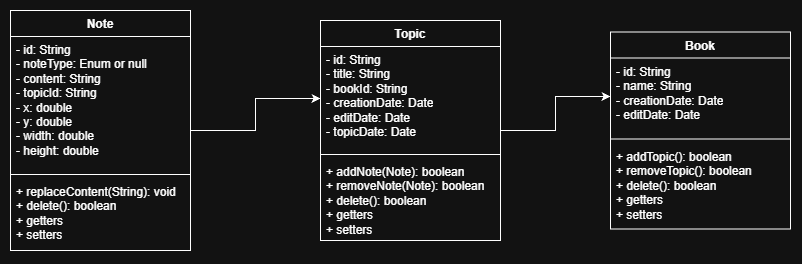
Before: diagrams/DiagramaDeClases-Memento.drawio.png, a diagram exported from draw.io (alexanderclaer/Memento). Source tidied: cells renumbered, new cells last; positions are measured from the earlier drawing's top-left corner, leaving out a move shared by most shapes. Source of this version:
```xml
<mxGraphModel>
  <root>
    <mxCell id="0" />
    <mxCell id="1" parent="0" />
    <mxCell id="2" style="edgeStyle=orthogonalEdgeStyle;rounded=0;jettySize=auto;html=1;defaultLabelBackgroundColor=page;labelPadding=0 4;" parent="1" edge="1" source="3" target="9">
      <mxGeometry relative="1" as="geometry" />
    </mxCell>
    <mxCell id="3" value="Note" style="swimlane;fontStyle=1;align=center;verticalAlign=top;horizontal=1;startSize=26;whiteSpace=wrap;html=1;" parent="1" vertex="1">
      <mxGeometry width="180" height="240" as="geometry" />
    </mxCell>
    <mxCell id="4" value="- id: String&lt;div&gt;- noteType: Enum or null&lt;div&gt;- content: String&lt;/div&gt;&lt;div&gt;- topicId: String&lt;/div&gt;&lt;div&gt;- x: double&lt;/div&gt;&lt;div&gt;- y: double&lt;/div&gt;&lt;div&gt;- width: double&lt;/div&gt;&lt;div&gt;- height: double&lt;/div&gt;&lt;/div&gt;" style="text;strokeColor=none;fillColor=none;align=left;verticalAlign=top;spacingLeft=4;spacingRight=4;overflow=hidden;points=[[0,0.5],[1,0.5]];portConstraint=eastwest;whiteSpace=wrap;html=1;" parent="3" vertex="1">
      <mxGeometry y="26" width="180" height="134" as="geometry" />
    </mxCell>
    <mxCell id="5" style="line;strokeWidth=1;fillColor=none;align=left;verticalAlign=middle;spacingTop=-1;spacingLeft=3;spacingRight=3;labelPosition=right;strokeColor=inherit;labelPerimeter=1;" parent="3" vertex="1">
      <mxGeometry y="160" width="180" height="8" as="geometry" />
    </mxCell>
    <mxCell id="6" value="+ replaceContent(String): void&lt;div&gt;+ delete(): boolean&lt;/div&gt;&lt;div&gt;+ getters&lt;/div&gt;&lt;div&gt;+ setters&lt;/div&gt;" style="text;strokeColor=none;fillColor=none;align=left;verticalAlign=top;spacingLeft=4;spacingRight=4;overflow=hidden;whiteSpace=wrap;html=1;" parent="3" vertex="1">
      <mxGeometry y="168" width="180" height="72" as="geometry" />
    </mxCell>
    <mxCell id="7" style="edgeStyle=orthogonalEdgeStyle;rounded=0;jettySize=auto;html=1;entryX=0;entryY=0.5;entryDx=0;entryDy=0;defaultLabelBackgroundColor=page;labelPadding=0 4;" parent="1" edge="1" source="8" target="13">
      <mxGeometry relative="1" as="geometry" />
    </mxCell>
    <mxCell id="8" value="Topic" style="swimlane;fontStyle=1;align=center;verticalAlign=top;horizontal=1;startSize=26;whiteSpace=wrap;html=1;" parent="1" vertex="1">
      <mxGeometry x="310" y="10" width="180" height="220" as="geometry" />
    </mxCell>
    <mxCell id="9" value="&lt;div&gt;- id: String&lt;/div&gt;- title: String&lt;div&gt;- bookId: String&lt;br&gt;&lt;div&gt;- creationDate: Date&lt;/div&gt;&lt;div&gt;- editDate: Date&lt;/div&gt;&lt;div&gt;- topicDate: Date&lt;/div&gt;&lt;div&gt;&lt;br&gt;&lt;/div&gt;&lt;/div&gt;" style="text;strokeColor=none;fillColor=none;align=left;verticalAlign=top;spacingLeft=4;spacingRight=4;overflow=hidden;points=[[0,0.5],[1,0.5]];portConstraint=eastwest;whiteSpace=wrap;html=1;" parent="8" vertex="1">
      <mxGeometry y="26" width="180" height="104" as="geometry" />
    </mxCell>
    <mxCell id="10" style="line;strokeWidth=1;fillColor=none;align=left;verticalAlign=middle;spacingTop=-1;spacingLeft=3;spacingRight=3;labelPosition=right;strokeColor=inherit;labelPerimeter=1;" parent="8" vertex="1">
      <mxGeometry y="130" width="180" height="8" as="geometry" />
    </mxCell>
    <mxCell id="11" value="+ addNote(Note): boolean&lt;div&gt;+ removeNote(Note): boolean&lt;/div&gt;&lt;div&gt;+ delete(): boolean&lt;/div&gt;&lt;div&gt;+ getters&lt;/div&gt;&lt;div&gt;+ setters&lt;/div&gt;" style="text;strokeColor=none;fillColor=none;align=left;verticalAlign=top;spacingLeft=4;spacingRight=4;overflow=hidden;whiteSpace=wrap;html=1;" parent="8" vertex="1">
      <mxGeometry y="138" width="180" height="82" as="geometry" />
    </mxCell>
    <mxCell id="12" value="Book" style="swimlane;fontStyle=1;align=center;verticalAlign=top;horizontal=1;startSize=26;whiteSpace=wrap;html=1;" parent="1" vertex="1">
      <mxGeometry x="600" y="21.5" width="180" height="197" as="geometry" />
    </mxCell>
    <mxCell id="13" value="&lt;div&gt;- id: String&lt;/div&gt;- name: String&lt;div&gt;- creationDate: Date&lt;/div&gt;&lt;div&gt;- editDate: Date&lt;/div&gt;&lt;div&gt;&lt;br&gt;&lt;/div&gt;" style="text;strokeColor=none;fillColor=none;align=left;verticalAlign=top;spacingLeft=4;spacingRight=4;overflow=hidden;points=[[0,0.5],[1,0.5]];portConstraint=eastwest;whiteSpace=wrap;html=1;" parent="12" vertex="1">
      <mxGeometry y="26" width="180" height="77" as="geometry" />
    </mxCell>
    <mxCell id="14" style="line;strokeWidth=1;fillColor=none;align=left;verticalAlign=middle;spacingTop=-1;spacingLeft=3;spacingRight=3;labelPosition=right;strokeColor=inherit;labelPerimeter=1;" parent="12" vertex="1">
      <mxGeometry y="103" width="180" height="8" as="geometry" />
    </mxCell>
    <mxCell id="15" value="+ addTopic(): boolean&lt;div&gt;+ removeTopic(): boolean&lt;/div&gt;&lt;div&gt;+ delete(): boolean&lt;/div&gt;&lt;div&gt;+ getters&lt;/div&gt;&lt;div&gt;+ setters&lt;/div&gt;" style="text;strokeColor=none;fillColor=none;align=left;verticalAlign=top;spacingLeft=4;spacingRight=4;overflow=hidden;whiteSpace=wrap;html=1;" parent="12" vertex="1">
      <mxGeometry y="111" width="180" height="86" as="geometry" />
    </mxCell>
  </root>
</mxGraphModel>
```
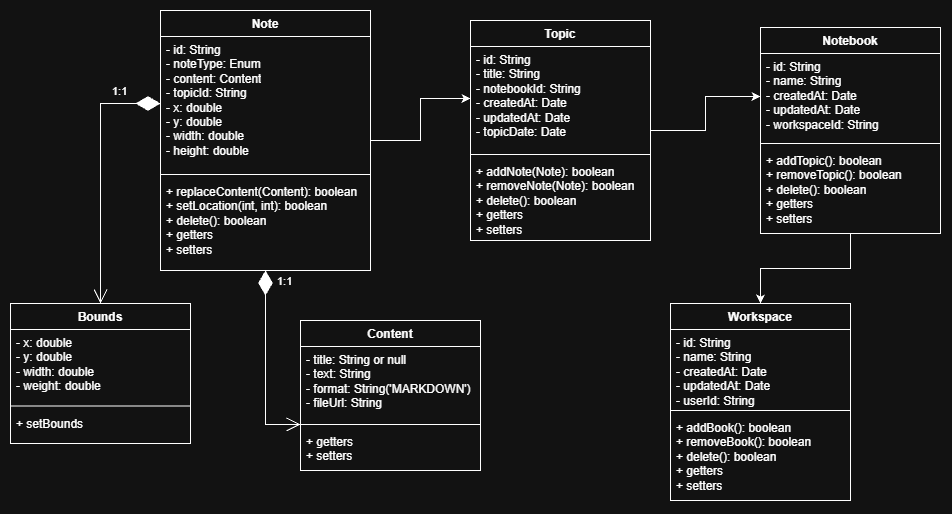
The same diagram one commit later.

Commit message:
Agrega clases principales en la capa modelo

The edit, as a diff of the source:
```diff
@@ -6,16 +6,16 @@
       <mxGeometry relative="1" as="geometry" />
     </mxCell>
     <mxCell id="3" value="Note" style="swimlane;fontStyle=1;align=center;verticalAlign=top;horizontal=1;startSize=26;whiteSpace=wrap;html=1;" parent="1" vertex="1">
-      <mxGeometry width="180" height="240" as="geometry" />
+      <mxGeometry width="210" height="260" as="geometry" />
     </mxCell>
-    <mxCell id="4" value="- id: String&lt;div&gt;- noteType: Enum or null&lt;div&gt;- content: String&lt;/div&gt;&lt;div&gt;- topicId: String&lt;/div&gt;&lt;div&gt;- x: double&lt;/div&gt;&lt;div&gt;- y: double&lt;/div&gt;&lt;div&gt;- width: double&lt;/div&gt;&lt;div&gt;- height: double&lt;/div&gt;&lt;/div&gt;" style="text;strokeColor=none;fillColor=none;align=left;verticalAlign=top;spacingLeft=4;spacingRight=4;overflow=hidden;points=[[0,0.5],[1,0.5]];portConstraint=eastwest;whiteSpace=wrap;html=1;" parent="3" vertex="1">
-      <mxGeometry y="26" width="180" height="134" as="geometry" />
+    <mxCell id="4" value="- id: String&lt;div&gt;- noteType: Enum&lt;div&gt;- content: Content&lt;/div&gt;&lt;div&gt;- topicId: String&lt;/div&gt;&lt;div&gt;- x: double&lt;/div&gt;&lt;div&gt;- y: double&lt;/div&gt;&lt;div&gt;- width: double&lt;/div&gt;&lt;div&gt;- height: double&lt;/div&gt;&lt;/div&gt;" style="text;strokeColor=none;fillColor=none;align=left;verticalAlign=top;spacingLeft=4;spacingRight=4;overflow=hidden;points=[[0,0.5],[1,0.5]];portConstraint=eastwest;whiteSpace=wrap;html=1;" parent="3" vertex="1">
+      <mxGeometry y="26" width="210" height="134" as="geometry" />
     </mxCell>
     <mxCell id="5" style="line;strokeWidth=1;fillColor=none;align=left;verticalAlign=middle;spacingTop=-1;spacingLeft=3;spacingRight=3;labelPosition=right;strokeColor=inherit;labelPerimeter=1;" parent="3" vertex="1">
-      <mxGeometry y="160" width="180" height="8" as="geometry" />
+      <mxGeometry y="160" width="210" height="8" as="geometry" />
     </mxCell>
-    <mxCell id="6" value="+ replaceContent(String): void&lt;div&gt;+ delete(): boolean&lt;/div&gt;&lt;div&gt;+ getters&lt;/div&gt;&lt;div&gt;+ setters&lt;/div&gt;" style="text;strokeColor=none;fillColor=none;align=left;verticalAlign=top;spacingLeft=4;spacingRight=4;overflow=hidden;whiteSpace=wrap;html=1;" parent="3" vertex="1">
-      <mxGeometry y="168" width="180" height="72" as="geometry" />
+    <mxCell id="6" value="+ replaceContent(Content): boolean&lt;div&gt;+ setLocation(int, int): boolean&lt;br&gt;&lt;div&gt;+ delete(): boolean&lt;/div&gt;&lt;div&gt;+ getters&lt;/div&gt;&lt;div&gt;+ setters&lt;/div&gt;&lt;/div&gt;" style="text;strokeColor=none;fillColor=none;align=left;verticalAlign=top;spacingLeft=4;spacingRight=4;overflow=hidden;whiteSpace=wrap;html=1;" parent="3" vertex="1">
+      <mxGeometry y="168" width="210" height="92" as="geometry" />
     </mxCell>
     <mxCell id="7" style="edgeStyle=orthogonalEdgeStyle;rounded=0;jettySize=auto;html=1;entryX=0;entryY=0.5;entryDx=0;entryDy=0;defaultLabelBackgroundColor=page;labelPadding=0 4;" parent="1" edge="1" source="8" target="13">
       <mxGeometry relative="1" as="geometry" />
@@ -23,7 +23,7 @@
     <mxCell id="8" value="Topic" style="swimlane;fontStyle=1;align=center;verticalAlign=top;horizontal=1;startSize=26;whiteSpace=wrap;html=1;" parent="1" vertex="1">
       <mxGeometry x="310" y="10" width="180" height="220" as="geometry" />
     </mxCell>
-    <mxCell id="9" value="&lt;div&gt;- id: String&lt;/div&gt;- title: String&lt;div&gt;- bookId: String&lt;br&gt;&lt;div&gt;- creationDate: Date&lt;/div&gt;&lt;div&gt;- editDate: Date&lt;/div&gt;&lt;div&gt;- topicDate: Date&lt;/div&gt;&lt;div&gt;&lt;br&gt;&lt;/div&gt;&lt;/div&gt;" style="text;strokeColor=none;fillColor=none;align=left;verticalAlign=top;spacingLeft=4;spacingRight=4;overflow=hidden;points=[[0,0.5],[1,0.5]];portConstraint=eastwest;whiteSpace=wrap;html=1;" parent="8" vertex="1">
+    <mxCell id="9" value="&lt;div&gt;- id: String&lt;/div&gt;- title: String&lt;div&gt;- notebookId: String&lt;br&gt;&lt;div&gt;- createdAt: Date&lt;/div&gt;&lt;div&gt;- updatedAt: Date&lt;/div&gt;&lt;div&gt;- topicDate: Date&lt;/div&gt;&lt;div&gt;&lt;br&gt;&lt;/div&gt;&lt;/div&gt;" style="text;strokeColor=none;fillColor=none;align=left;verticalAlign=top;spacingLeft=4;spacingRight=4;overflow=hidden;points=[[0,0.5],[1,0.5]];portConstraint=eastwest;whiteSpace=wrap;html=1;" parent="8" vertex="1">
       <mxGeometry y="26" width="180" height="104" as="geometry" />
     </mxCell>
     <mxCell id="10" style="line;strokeWidth=1;fillColor=none;align=left;verticalAlign=middle;spacingTop=-1;spacingLeft=3;spacingRight=3;labelPosition=right;strokeColor=inherit;labelPerimeter=1;" parent="8" vertex="1">
@@ -32,17 +32,62 @@
     <mxCell id="11" value="+ addNote(Note): boolean&lt;div&gt;+ removeNote(Note): boolean&lt;/div&gt;&lt;div&gt;+ delete(): boolean&lt;/div&gt;&lt;div&gt;+ getters&lt;/div&gt;&lt;div&gt;+ setters&lt;/div&gt;" style="text;strokeColor=none;fillColor=none;align=left;verticalAlign=top;spacingLeft=4;spacingRight=4;overflow=hidden;whiteSpace=wrap;html=1;" parent="8" vertex="1">
       <mxGeometry y="138" width="180" height="82" as="geometry" />
     </mxCell>
+    <mxCell id="16" style="edgeStyle=orthogonalEdgeStyle;rounded=0;jettySize=auto;html=1;entryX=0.5;entryY=0;entryDx=0;entryDy=0;defaultLabelBackgroundColor=page;labelPadding=0 4;" parent="1" edge="1" source="12" target="22">
+      <mxGeometry relative="1" as="geometry" />
+    </mxCell>
-    <mxCell id="12" value="Book" style="swimlane;fontStyle=1;align=center;verticalAlign=top;horizontal=1;startSize=26;whiteSpace=wrap;html=1;" parent="1" vertex="1">
-      <mxGeometry x="600" y="21.5" width="180" height="197" as="geometry" />
+    <mxCell id="12" value="Notebook" style="swimlane;fontStyle=1;align=center;verticalAlign=top;horizontal=1;startSize=26;whiteSpace=wrap;html=1;" parent="1" vertex="1">
+      <mxGeometry x="600" y="17" width="180" height="206" as="geometry" />
     </mxCell>
-    <mxCell id="13" value="&lt;div&gt;- id: String&lt;/div&gt;- name: String&lt;div&gt;- creationDate: Date&lt;/div&gt;&lt;div&gt;- editDate: Date&lt;/div&gt;&lt;div&gt;&lt;br&gt;&lt;/div&gt;" style="text;strokeColor=none;fillColor=none;align=left;verticalAlign=top;spacingLeft=4;spacingRight=4;overflow=hidden;points=[[0,0.5],[1,0.5]];portConstraint=eastwest;whiteSpace=wrap;html=1;" parent="12" vertex="1">
-      <mxGeometry y="26" width="180" height="77" as="geometry" />
+    <mxCell id="13" value="&lt;div&gt;- id: String&lt;/div&gt;- name: String&lt;div&gt;- createdAt: Date&lt;/div&gt;&lt;div&gt;- updatedAt: Date&lt;/div&gt;&lt;div&gt;- workspaceId: String&lt;/div&gt;&lt;div&gt;&lt;br&gt;&lt;/div&gt;" style="text;strokeColor=none;fillColor=none;align=left;verticalAlign=top;spacingLeft=4;spacingRight=4;overflow=hidden;points=[[0,0.5],[1,0.5]];portConstraint=eastwest;whiteSpace=wrap;html=1;" parent="12" vertex="1">
+      <mxGeometry y="26" width="180" height="86" as="geometry" />
     </mxCell>
     <mxCell id="14" style="line;strokeWidth=1;fillColor=none;align=left;verticalAlign=middle;spacingTop=-1;spacingLeft=3;spacingRight=3;labelPosition=right;strokeColor=inherit;labelPerimeter=1;" parent="12" vertex="1">
-      <mxGeometry y="103" width="180" height="8" as="geometry" />
+      <mxGeometry y="112" width="180" height="8" as="geometry" />
     </mxCell>
     <mxCell id="15" value="+ addTopic(): boolean&lt;div&gt;+ removeTopic(): boolean&lt;/div&gt;&lt;div&gt;+ delete(): boolean&lt;/div&gt;&lt;div&gt;+ getters&lt;/div&gt;&lt;div&gt;+ setters&lt;/div&gt;" style="text;strokeColor=none;fillColor=none;align=left;verticalAlign=top;spacingLeft=4;spacingRight=4;overflow=hidden;whiteSpace=wrap;html=1;" parent="12" vertex="1">
-      <mxGeometry y="111" width="180" height="86" as="geometry" />
+      <mxGeometry y="120" width="180" height="86" as="geometry" />
     </mxCell>
+    <mxCell id="17" value="Content" style="swimlane;fontStyle=1;align=center;verticalAlign=top;horizontal=1;startSize=26;whiteSpace=wrap;html=1;" parent="1" vertex="1">
+      <mxGeometry x="140" y="310" width="180" height="150" as="geometry" />
+    </mxCell>
+    <mxCell id="18" value="&lt;div&gt;- title: String or null&lt;div&gt;- text: String&lt;/div&gt;&lt;div&gt;- format: String('MARKDOWN')&lt;/div&gt;&lt;/div&gt;&lt;div&gt;- fileUrl: String&lt;/div&gt;" style="text;strokeColor=none;fillColor=none;align=left;verticalAlign=top;spacingLeft=4;spacingRight=4;overflow=hidden;whiteSpace=wrap;html=1;" parent="17" vertex="1">
+      <mxGeometry y="26" width="180" height="74" as="geometry" />
+    </mxCell>
+    <mxCell id="19" style="line;strokeWidth=1;fillColor=none;align=left;verticalAlign=middle;spacingTop=-1;spacingLeft=3;spacingRight=3;labelPosition=right;points=[];portConstraint=eastwest;strokeColor=inherit;labelPerimeter=1;" parent="17" vertex="1">
+      <mxGeometry y="100" width="180" height="8" as="geometry" />
+    </mxCell>
+    <mxCell id="20" value="&lt;div&gt;+ getters&lt;/div&gt;&lt;div&gt;+ setters&lt;/div&gt;" style="text;strokeColor=none;fillColor=none;align=left;verticalAlign=top;spacingLeft=4;spacingRight=4;overflow=hidden;whiteSpace=wrap;html=1;" parent="17" vertex="1">
+      <mxGeometry y="108" width="180" height="42" as="geometry" />
+    </mxCell>
+    <mxCell id="21" value="1:1" style="endArrow=open;html=1;endSize=12;startArrow=diamondThin;startSize=22;startFill=1;edgeStyle=orthogonalEdgeStyle;align=left;verticalAlign=bottom;rounded=0;defaultLabelBackgroundColor=page;labelPadding=0 4;exitX=0.5;exitY=1;exitDx=0;exitDy=0;" parent="1" edge="1" source="3" target="19">
+      <mxGeometry x="-0.79" y="10" relative="1" as="geometry" />
+    </mxCell>
+    <mxCell id="22" value="Workspace" style="swimlane;fontStyle=1;align=center;verticalAlign=top;horizontal=1;startSize=26;whiteSpace=wrap;html=1;" parent="1" vertex="1">
+      <mxGeometry x="510" y="293" width="180" height="197" as="geometry" />
+    </mxCell>
+    <mxCell id="23" value="&lt;div&gt;- id: String&lt;/div&gt;- name: String&lt;div&gt;- createdAt: Date&lt;/div&gt;&lt;div&gt;- updatedAt: Date&lt;/div&gt;&lt;div&gt;- userId: String&lt;/div&gt;&lt;div&gt;&lt;br&gt;&lt;/div&gt;" style="text;strokeColor=none;fillColor=none;align=left;verticalAlign=top;spacingLeft=4;spacingRight=4;overflow=hidden;whiteSpace=wrap;html=1;" parent="22" vertex="1">
+      <mxGeometry y="26" width="180" height="77" as="geometry" />
+    </mxCell>
+    <mxCell id="24" style="line;strokeWidth=1;fillColor=none;align=left;verticalAlign=middle;spacingTop=-1;spacingLeft=3;spacingRight=3;labelPosition=right;strokeColor=inherit;labelPerimeter=1;" parent="22" vertex="1">
+      <mxGeometry y="103" width="180" height="8" as="geometry" />
+    </mxCell>
+    <mxCell id="25" value="+ addBook(): boolean&lt;div&gt;+ removeBook(): boolean&lt;/div&gt;&lt;div&gt;+ delete(): boolean&lt;/div&gt;&lt;div&gt;+ getters&lt;/div&gt;&lt;div&gt;+ setters&lt;/div&gt;" style="text;strokeColor=none;fillColor=none;align=left;verticalAlign=top;spacingLeft=4;spacingRight=4;overflow=hidden;whiteSpace=wrap;html=1;" parent="22" vertex="1">
+      <mxGeometry y="111" width="180" height="86" as="geometry" />
+    </mxCell>
+    <mxCell id="26" value="Bounds" style="swimlane;fontStyle=1;align=center;verticalAlign=top;horizontal=1;startSize=26;whiteSpace=wrap;html=1;" parent="1" vertex="1">
+      <mxGeometry x="-150" y="293" width="180" height="140" as="geometry" />
+    </mxCell>
+    <mxCell id="27" value="- x: double&lt;div&gt;- y: double&lt;/div&gt;&lt;div&gt;- width: double&lt;/div&gt;&lt;div&gt;- weight: double&lt;/div&gt;" style="text;strokeColor=none;fillColor=none;align=left;verticalAlign=top;spacingLeft=4;spacingRight=4;overflow=hidden;whiteSpace=wrap;html=1;" parent="26" vertex="1">
+      <mxGeometry y="26" width="180" height="72.5" as="geometry" />
+    </mxCell>
+    <mxCell id="28" style="line;strokeWidth=1;fillColor=none;align=left;verticalAlign=middle;spacingTop=-1;spacingLeft=3;spacingRight=3;labelPosition=right;strokeColor=inherit;labelPerimeter=1;" parent="26" vertex="1">
+      <mxGeometry y="98.5" width="180" height="8" as="geometry" />
+    </mxCell>
+    <mxCell id="29" value="+ setBounds" style="text;strokeColor=none;fillColor=none;align=left;verticalAlign=top;spacingLeft=4;spacingRight=4;overflow=hidden;whiteSpace=wrap;html=1;" parent="26" vertex="1">
+      <mxGeometry y="106.5" width="180" height="33.5" as="geometry" />
+    </mxCell>
+    <mxCell id="30" value="1:1" style="endArrow=open;html=1;endSize=12;startArrow=diamondThin;startSize=22;startFill=1;edgeStyle=orthogonalEdgeStyle;align=left;verticalAlign=bottom;rounded=0;defaultLabelBackgroundColor=page;labelPadding=0 4;exitX=0;exitY=0.5;exitDx=0;exitDy=0;entryX=0.5;entryY=0;entryDx=0;entryDy=0;" parent="1" edge="1" source="4" target="26">
+      <mxGeometry x="-0.62" y="-3" relative="1" as="geometry" />
+    </mxCell>
   </root>
 </mxGraphModel>
```
